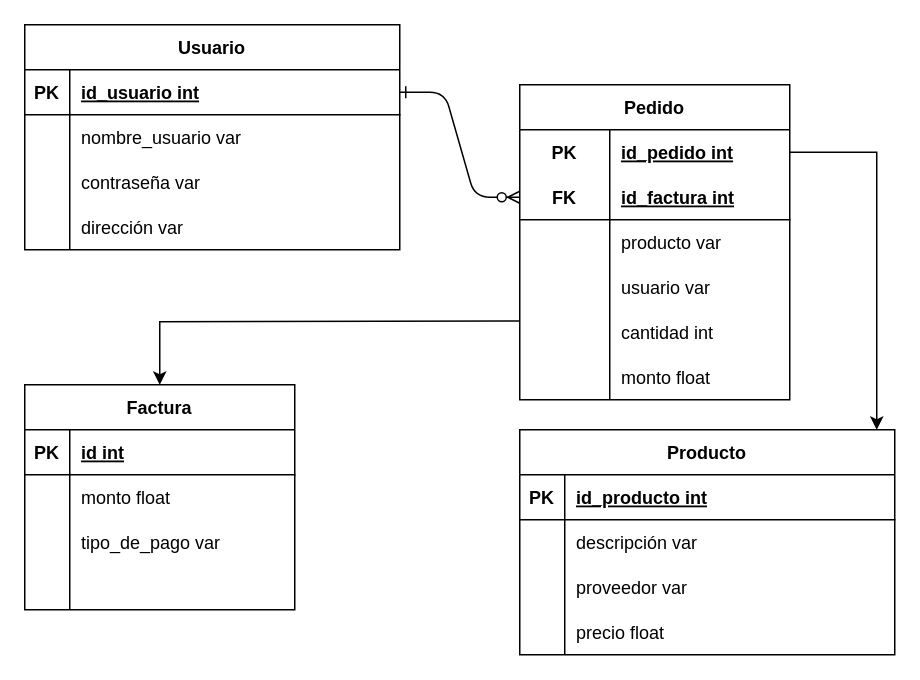
This is pedidosYa.drawio from Cindy91/proyecto-web-ipfl, a draw.io file, before an edit. Source tidied: cells renumbered, new cells numbered last; positions are measured from the earlier drawing's top-left corner, leaving out a move shared by most shapes. Both pictures are drawn from the tidied source at 150%, with x=0, y=0 at pixel (24, 24).
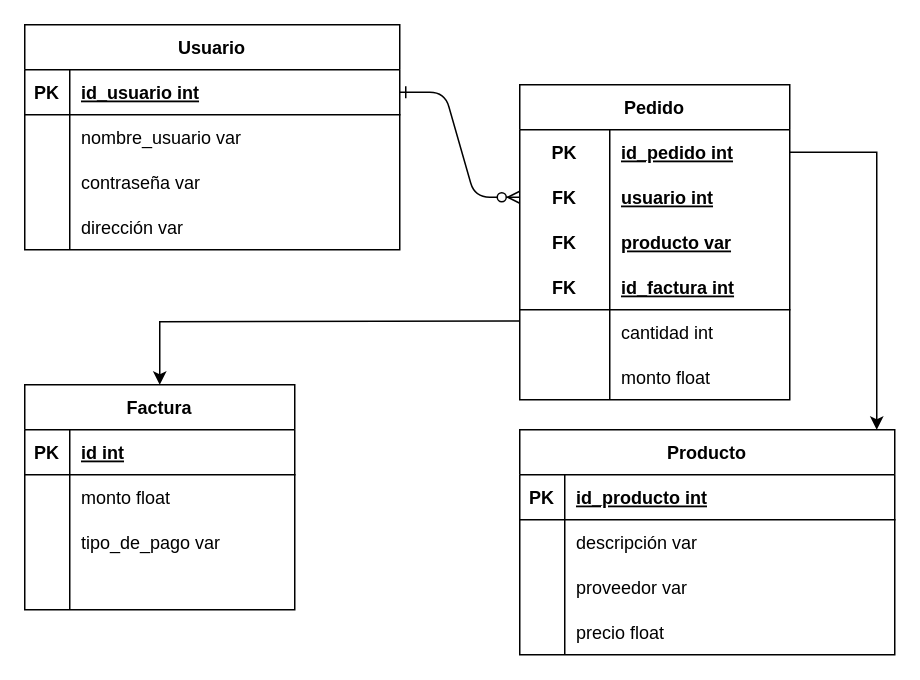
Above is the later version.

The change refers to these unchanged cells:
```xml
<mxCell id="43" value="Pedido" style="shape=table;startSize=30;childLayout=tableLayout;rowLines=0;fontStyle=1;align=center;strokeColor=default;" parent="1" vertex="1">
  <mxGeometry x="330" y="40" width="180" height="210" as="geometry" />
</mxCell>
```

The edit, as a diff of the source:
```diff
@@
+    <mxCell id="63" style="shape=tableRow;horizontal=0;startSize=0;swimlaneHead=0;swimlaneBody=0;fillColor=none;top=0;left=0;right=0;bottom=0;strokeColor=default;" parent="43" vertex="1">
+      <mxGeometry y="60" width="180" height="30" as="geometry" />
+    </mxCell>
+    <mxCell id="64" value="FK" style="shape=partialRectangle;fillColor=none;top=0;left=0;bottom=0;right=0;fontStyle=1;overflow=hidden;strokeColor=default;" parent="63" vertex="1">
+      <mxGeometry width="60" height="30" as="geometry" />
+    </mxCell>
+    <mxCell id="65" value="usuario int" style="shape=partialRectangle;fillColor=none;top=0;left=0;bottom=0;right=0;align=left;spacingLeft=6;fontStyle=5;overflow=hidden;strokeColor=default;" parent="63" vertex="1">
+      <mxGeometry x="60" width="120" height="30" as="geometry" />
+    </mxCell>
+    <mxCell id="50" style="shape=tableRow;horizontal=0;startSize=0;swimlaneHead=0;swimlaneBody=0;fillColor=none;top=0;left=0;right=0;bottom=0;strokeColor=default;" parent="43" vertex="1">
+      <mxGeometry y="90" width="180" height="30" as="geometry" />
+    </mxCell>
+    <mxCell id="66" value="FK" style="shape=partialRectangle;fillColor=none;top=0;left=0;bottom=0;right=0;fontStyle=1;overflow=hidden;strokeColor=default;" parent="50" vertex="1">
+      <mxGeometry width="60" height="30" as="geometry" />
+    </mxCell>
+    <mxCell id="52" value="producto var" style="shape=partialRectangle;fillColor=none;top=0;left=0;bottom=0;right=0;align=left;spacingLeft=6;fontStyle=5;overflow=hidden;strokeColor=default;" parent="50" vertex="1">
+      <mxGeometry x="60" width="120" height="30" as="geometry" />
+    </mxCell>
     <mxCell id="47" style="shape=tableRow;horizontal=0;startSize=0;swimlaneHead=0;swimlaneBody=0;fillColor=none;top=0;left=0;right=0;bottom=1;strokeColor=default;" parent="43" vertex="1">
-      <mxGeometry y="60" width="180" height="30" as="geometry" />
+      <mxGeometry y="120" width="180" height="30" as="geometry" />
     </mxCell>
@@
-    <mxCell id="50" style="shape=tableRow;horizontal=0;startSize=0;swimlaneHead=0;swimlaneBody=0;fillColor=none;top=0;left=0;right=0;bottom=0;strokeColor=default;" parent="43" vertex="1">
-      <mxGeometry y="90" width="180" height="30" as="geometry" />
-    </mxCell>
-    <mxCell id="51" style="shape=partialRectangle;fillColor=none;top=0;left=0;bottom=0;right=0;overflow=hidden;strokeColor=default;" parent="50" vertex="1">
-      <mxGeometry width="60" height="30" as="geometry" />
-    </mxCell>
-    <mxCell id="52" value="producto var" style="shape=partialRectangle;fillColor=none;top=0;left=0;bottom=0;right=0;align=left;spacingLeft=6;overflow=hidden;strokeColor=default;" parent="50" vertex="1">
-      <mxGeometry x="60" width="120" height="30" as="geometry" />
-    </mxCell>
-    <mxCell id="53" style="shape=tableRow;horizontal=0;startSize=0;swimlaneHead=0;swimlaneBody=0;fillColor=none;top=0;left=0;right=0;bottom=0;strokeColor=default;" parent="43" vertex="1">
-      <mxGeometry y="120" width="180" height="30" as="geometry" />
-    </mxCell>
-    <mxCell id="54" style="shape=partialRectangle;fillColor=none;top=0;left=0;bottom=0;right=0;overflow=hidden;strokeColor=default;" parent="53" vertex="1">
-      <mxGeometry width="60" height="30" as="geometry" />
-    </mxCell>
-    <mxCell id="55" value="usuario var" style="shape=partialRectangle;fillColor=none;top=0;left=0;bottom=0;right=0;align=left;spacingLeft=6;overflow=hidden;strokeColor=default;" parent="53" vertex="1">
-      <mxGeometry x="60" width="120" height="30" as="geometry" />
-    </mxCell>
```
